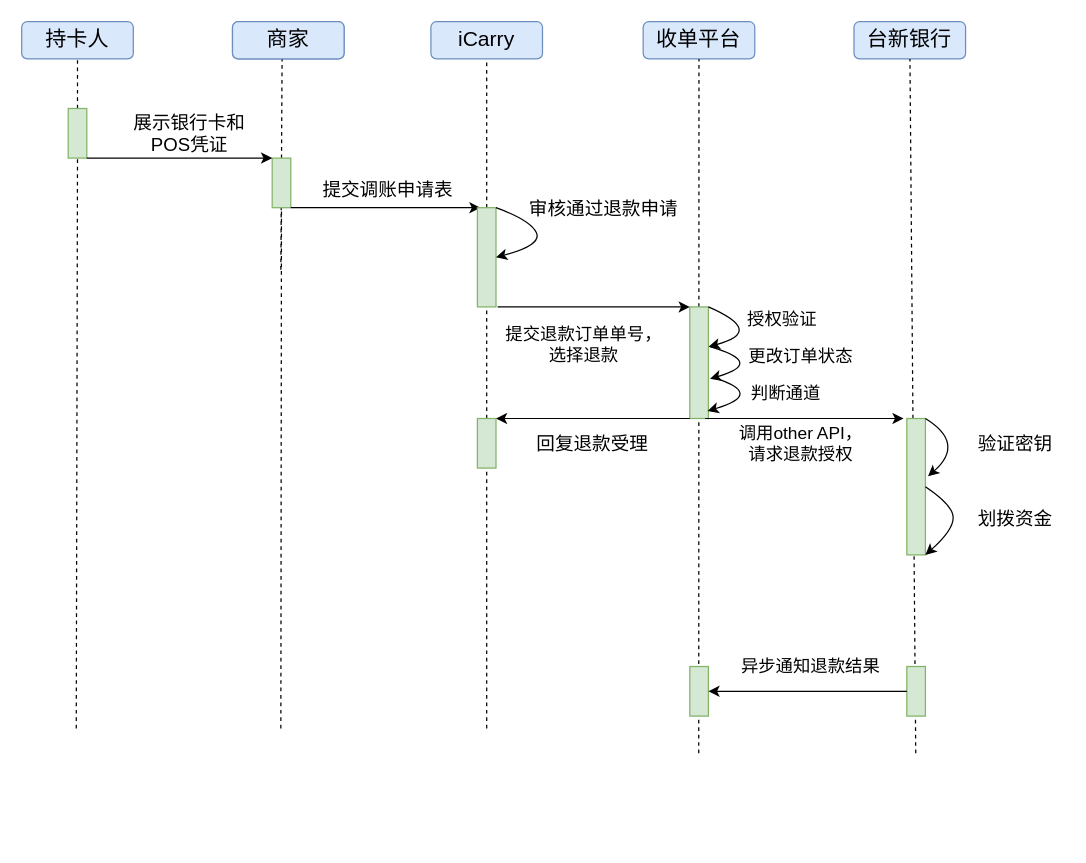
MarkYongfengZheng/WFT keeps this draw.io diagram as 台新银行--信用卡退款.drawio. Above is the earlier version. Source tidied: cells renumbered, new cells numbered last; positions are measured from the earlier drawing's top-left corner, leaving out a move shared by most shapes. Both pictures are drawn from the tidied source at 124%, with x=0, y=0 at pixel (21, 21).
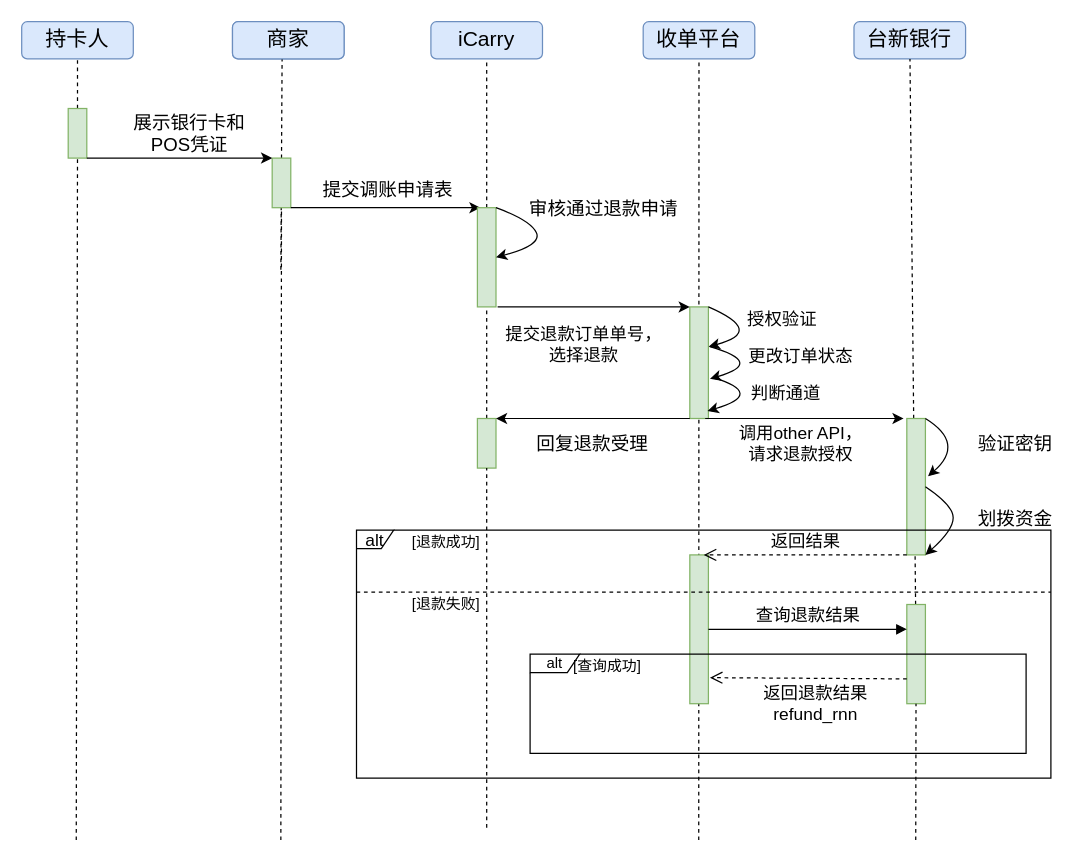
The same page after the edit.

Commit message:
Update 台新银行--信用卡退款.drawio

The change refers to these unchanged cells:
```xml
<mxCell id="4" value="收单平台" style="rounded=1;whiteSpace=wrap;html=1;fillColor=#dae8fc;strokeColor=#6c8ebf;fontSize=17;" parent="1" vertex="1">
  <mxGeometry x="501.2" width="90" height="30" as="geometry" />
</mxCell>
<mxCell id="5" value="台新银行" style="rounded=1;whiteSpace=wrap;html=1;fillColor=#dae8fc;strokeColor=#6c8ebf;fontSize=17;" parent="1" vertex="1">
  <mxGeometry x="671.2" width="90" height="30" as="geometry" />
</mxCell>
<mxCell id="10" style="rounded=0;whiteSpace=wrap;html=1;fontSize=17;fillColor=#d5e8d4;strokeColor=#82b366;" parent="1" vertex="1">
  <mxGeometry x="202" y="110" width="15" height="40" as="geometry" />
</mxCell>
<mxCell id="12" style="rounded=0;whiteSpace=wrap;html=1;fontSize=17;fillColor=#d5e8d4;strokeColor=#82b366;" parent="1" vertex="1">
  <mxGeometry x="37.5" y="70" width="15" height="40" as="geometry" />
</mxCell>
<mxCell id="21" style="rounded=0;whiteSpace=wrap;html=1;fontSize=17;fillColor=#d5e8d4;strokeColor=#82b366;" parent="1" vertex="1">
  <mxGeometry x="713.8" y="320" width="15" height="110" as="geometry" />
</mxCell>
<mxCell id="45" style="rounded=0;whiteSpace=wrap;html=1;fontSize=17;fillColor=#d5e8d4;strokeColor=#82b366;" parent="1" vertex="1">
  <mxGeometry x="367.5" y="320" width="15" height="40" as="geometry" />
</mxCell>
```

Diff of the diagram source:
```diff
@@
     <mxCell id="8" style="endArrow=none;dashed=1;html=1;fontSize=17;" parent="1" edge="1" target="4">
       <mxGeometry relative="1" as="geometry">
-        <mxPoint x="546" y="590" as="sourcePoint" />
+        <mxPoint x="546" y="660" as="sourcePoint" />
       </mxGeometry>
     </mxCell>
-    <mxCell id="9" style="endArrow=none;dashed=1;html=1;fontSize=17;" parent="1" edge="1" target="5">
-      <mxGeometry relative="1" as="geometry">
-        <mxPoint x="721" y="590" as="sourcePoint" />
-      </mxGeometry>
+    <mxCell id="9" style="endArrow=none;dashed=1;html=1;fontSize=17;" parent="1" edge="1" source="50" target="5">
+      <mxGeometry relative="1" as="geometry" />
     </mxCell>
@@
     <mxCell id="11" style="endArrow=none;dashed=1;html=1;fontSize=17;entryX=0.5;entryY=1;entryDx=0;entryDy=0;" parent="1" edge="1" target="10">
       <mxGeometry relative="1" as="geometry">
-        <mxPoint x="209" y="570" as="sourcePoint" />
+        <mxPoint x="209" y="660" as="sourcePoint" />
       </mxGeometry>
     </mxCell>
@@
     <mxCell id="13" style="endArrow=none;dashed=1;html=1;fontSize=17;entryX=0.5;entryY=1;entryDx=0;entryDy=0;" parent="1" edge="1" target="12">
       <mxGeometry relative="1" as="geometry">
-        <mxPoint x="44" y="570" as="sourcePoint" />
+        <mxPoint x="44" y="660" as="sourcePoint" />
       </mxGeometry>
     </mxCell>
@@
-    <mxCell id="37" style="rounded=0;whiteSpace=wrap;html=1;fontSize=17;fillColor=#d5e8d4;strokeColor=#82b366;" parent="1" vertex="1">
-      <mxGeometry x="713.8" y="520" width="15" height="40" as="geometry" />
-    </mxCell>
     <mxCell id="38" style="rounded=0;whiteSpace=wrap;html=1;fontSize=17;fillColor=#d5e8d4;strokeColor=#82b366;" parent="1" vertex="1">
-      <mxGeometry x="538.8" y="520" width="15" height="40" as="geometry" />
+      <mxGeometry x="538.8" y="430" width="15" height="120" as="geometry" />
     </mxCell>
-    <mxCell id="39" value="异步通知退款结果" style="text;html=1;align=center;verticalAlign=middle;fontSize=14;" parent="1" vertex="1">
-      <mxGeometry x="571.2" y="510" width="130" height="20" as="geometry" />
-    </mxCell>
@@
-    <mxCell id="41" style="endArrow=classic;html=1;exitX=0;exitY=0.5;exitDx=0;exitDy=0;entryX=1;entryY=0.5;entryDx=0;entryDy=0;" parent="1" edge="1" source="37" target="38">
-      <mxGeometry relative="1" as="geometry" />
-    </mxCell>
@@
     <mxCell id="46" style="endArrow=none;dashed=1;html=1;entryX=0.5;entryY=1;entryDx=0;entryDy=0;" parent="1" edge="1" target="45">
       <mxGeometry relative="1" as="geometry">
-        <mxPoint x="375" y="570" as="sourcePoint" />
+        <mxPoint x="375" y="650" as="sourcePoint" />
       </mxGeometry>
     </mxCell>
@@
+    <mxCell id="49" value="返回结果" style="html=1;verticalAlign=bottom;endArrow=open;dashed=1;endSize=8;exitX=0;exitY=1;exitDx=0;exitDy=0;entryX=0.75;entryY=0;entryDx=0;entryDy=0;fontSize=14;" parent="1" edge="1" source="21" target="38">
+      <mxGeometry relative="1" as="geometry" />
+    </mxCell>
+    <mxCell id="50" style="rounded=0;whiteSpace=wrap;html=1;fontSize=17;fillColor=#d5e8d4;strokeColor=#82b366;" parent="1" vertex="1">
+      <mxGeometry x="713.8" y="470" width="15" height="80" as="geometry" />
+    </mxCell>
+    <mxCell id="51" style="endArrow=none;dashed=1;html=1;fontSize=17;" parent="1" edge="1" target="50">
+      <mxGeometry relative="1" as="geometry">
+        <mxPoint x="721" y="660" as="sourcePoint" />
+      </mxGeometry>
+    </mxCell>
+    <mxCell id="52" value="查询退款结果" style="html=1;verticalAlign=bottom;endArrow=block;fontSize=14;entryX=0;entryY=0.25;entryDx=0;entryDy=0;exitX=1;exitY=0.5;exitDx=0;exitDy=0;" parent="1" edge="1" source="38" target="50">
+      <mxGeometry relative="1" as="geometry" />
+    </mxCell>
+    <mxCell id="53" value="&lt;div&gt;返回退款结果&lt;/div&gt;&lt;div&gt;refund_rnn&lt;/div&gt;" style="html=1;verticalAlign=bottom;endArrow=open;dashed=1;endSize=8;fontSize=14;exitX=0;exitY=0.75;exitDx=0;exitDy=0;entryX=1.083;entryY=0.825;entryDx=0;entryDy=0;entryPerimeter=0;" parent="1" edge="1" source="50" target="38">
+      <mxGeometry x="-0.07" y="40" relative="1" as="geometry" />
+    </mxCell>
+    <mxCell id="54" value="alt" style="shape=umlFrame;whiteSpace=wrap;html=1;fontSize=14;width=30;height=15;" parent="1" vertex="1">
+      <mxGeometry x="270" y="410" width="560" height="200" as="geometry" />
+    </mxCell>
+    <mxCell id="55" style="endArrow=none;dashed=1;html=1;fontSize=14;" parent="1" edge="1">
+      <mxGeometry relative="1" as="geometry">
+        <mxPoint x="270" y="460" as="sourcePoint" />
+        <mxPoint x="830" y="460" as="targetPoint" />
+      </mxGeometry>
+    </mxCell>
+    <mxCell id="56" value="[退款成功]" style="text;html=1;strokeColor=none;fillColor=none;align=center;verticalAlign=middle;whiteSpace=wrap;rounded=0;fontSize=12;" parent="1" vertex="1">
+      <mxGeometry x="290" y="410" width="105" height="20" as="geometry" />
+    </mxCell>
+    <mxCell id="57" value="[退款失败]" style="text;html=1;strokeColor=none;fillColor=none;align=center;verticalAlign=middle;whiteSpace=wrap;rounded=0;fontSize=12;" parent="1" vertex="1">
+      <mxGeometry x="290" y="460" width="105" height="20" as="geometry" />
+    </mxCell>
+    <mxCell id="58" value="alt" style="shape=umlFrame;whiteSpace=wrap;html=1;fontSize=12;width=40;height=15;" parent="1" vertex="1">
+      <mxGeometry x="410" y="510" width="400" height="80" as="geometry" />
+    </mxCell>
+    <mxCell id="59" value="[查询成功]" style="text;html=1;strokeColor=none;fillColor=none;align=center;verticalAlign=middle;whiteSpace=wrap;rounded=0;fontSize=12;" parent="1" vertex="1">
+      <mxGeometry x="420" y="510" width="105" height="20" as="geometry" />
+    </mxCell>
```
